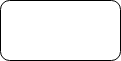
Above: RxJS_inner_outer_observable_concept.PNG in stsiwo/js_concept (draw.io), before the change. Source tidied: cells renumbered, new cells last; positions are measured from the earlier drawing's top-left corner, leaving out a move shared by most shapes.
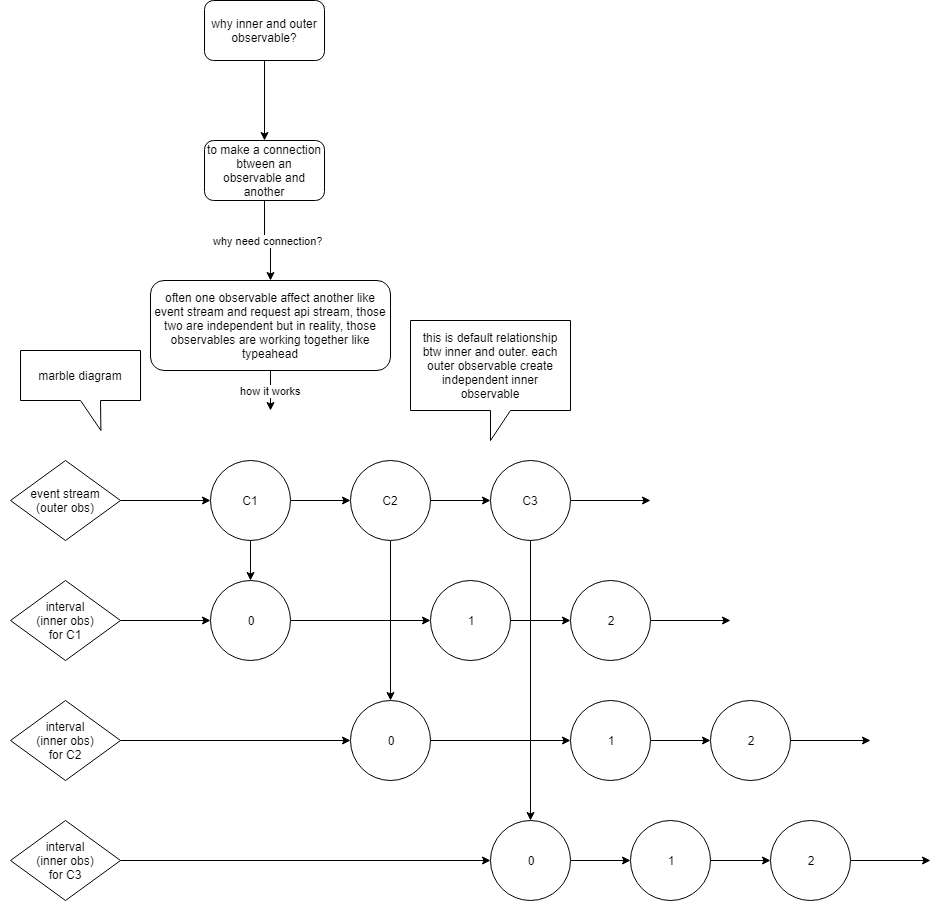
The same diagram one commit later.

What changed in the source:
```diff
@@ -2,8 +2,147 @@
   <root>
     <mxCell id="0" />
     <mxCell id="1" parent="0" />
+    <mxCell id="3" style="edgeStyle=orthogonalEdgeStyle;rounded=0;jettySize=auto;html=1;" parent="1" edge="1" source="2" target="5">
+      <mxGeometry relative="1" as="geometry" />
+    </mxCell>
-    <mxCell id="2" style="rounded=1;whiteSpace=wrap;html=1;" parent="1" vertex="1">
+    <mxCell id="2" value="why inner and outer observable?" style="rounded=1;whiteSpace=wrap;html=1;" parent="1" vertex="1">
       <mxGeometry width="120" height="60" as="geometry" />
     </mxCell>
+    <mxCell id="4" value="why need connection?" style="edgeStyle=orthogonalEdgeStyle;rounded=0;jettySize=auto;html=1;" parent="1" edge="1" source="5" target="7">
+      <mxGeometry relative="1" as="geometry" />
+    </mxCell>
+    <mxCell id="5" value="to make a connection btween an observable and another" style="rounded=1;whiteSpace=wrap;html=1;" parent="1" vertex="1">
+      <mxGeometry y="140" width="120" height="60" as="geometry" />
+    </mxCell>
+    <mxCell id="6" value="how it works" style="edgeStyle=orthogonalEdgeStyle;rounded=0;jettySize=auto;html=1;" parent="1" edge="1" source="7">
+      <mxGeometry relative="1" as="geometry">
+        <mxPoint x="66" y="410" as="targetPoint" />
+      </mxGeometry>
+    </mxCell>
+    <mxCell id="7" value="often one observable affect another like event stream and request api stream, those two are independent but in reality, those observables are working together like typeahead" style="rounded=1;whiteSpace=wrap;html=1;" parent="1" vertex="1">
+      <mxGeometry x="-54" y="280" width="240" height="90" as="geometry" />
+    </mxCell>
+    <mxCell id="8" style="edgeStyle=orthogonalEdgeStyle;rounded=0;jettySize=auto;html=1;" parent="1" edge="1" source="9" target="12">
+      <mxGeometry relative="1" as="geometry" />
+    </mxCell>
+    <mxCell id="9" value="event stream&lt;br&gt;(outer obs)&lt;br&gt;" style="rhombus;whiteSpace=wrap;html=1;" parent="1" vertex="1">
+      <mxGeometry x="-194" y="460" width="110" height="80" as="geometry" />
+    </mxCell>
+    <mxCell id="10" style="edgeStyle=orthogonalEdgeStyle;rounded=0;jettySize=auto;html=1;" parent="1" edge="1" source="12" target="15">
+      <mxGeometry relative="1" as="geometry" />
+    </mxCell>
+    <mxCell id="11" style="edgeStyle=orthogonalEdgeStyle;rounded=0;jettySize=auto;html=1;" parent="1" edge="1" source="12" target="23">
+      <mxGeometry relative="1" as="geometry" />
+    </mxCell>
+    <mxCell id="12" value="C1" style="ellipse;whiteSpace=wrap;html=1;" parent="1" vertex="1">
+      <mxGeometry x="6" y="460" width="80" height="80" as="geometry" />
+    </mxCell>
+    <mxCell id="13" style="edgeStyle=orthogonalEdgeStyle;rounded=0;jettySize=auto;html=1;" parent="1" edge="1" source="15" target="18">
+      <mxGeometry relative="1" as="geometry" />
+    </mxCell>
+    <mxCell id="14" style="edgeStyle=orthogonalEdgeStyle;rounded=0;jettySize=auto;html=1;" parent="1" edge="1" source="15" target="31">
+      <mxGeometry relative="1" as="geometry" />
+    </mxCell>
+    <mxCell id="15" value="C2" style="ellipse;whiteSpace=wrap;html=1;" parent="1" vertex="1">
+      <mxGeometry x="146" y="460" width="80" height="80" as="geometry" />
+    </mxCell>
+    <mxCell id="16" style="edgeStyle=orthogonalEdgeStyle;rounded=0;jettySize=auto;html=1;" parent="1" edge="1" source="18">
+      <mxGeometry relative="1" as="geometry">
+        <mxPoint x="446" y="500" as="targetPoint" />
+      </mxGeometry>
+    </mxCell>
+    <mxCell id="17" style="edgeStyle=orthogonalEdgeStyle;rounded=0;jettySize=auto;html=1;" parent="1" edge="1" source="18" target="39">
+      <mxGeometry relative="1" as="geometry" />
+    </mxCell>
+    <mxCell id="18" value="C3" style="ellipse;whiteSpace=wrap;html=1;" parent="1" vertex="1">
+      <mxGeometry x="286" y="460" width="80" height="80" as="geometry" />
+    </mxCell>
+    <mxCell id="19" value="marble diagram" style="shape=callout;whiteSpace=wrap;html=1;perimeter=calloutPerimeter;position2=0.67;" parent="1" vertex="1">
+      <mxGeometry x="-184" y="350" width="120" height="80" as="geometry" />
+    </mxCell>
+    <mxCell id="20" style="edgeStyle=orthogonalEdgeStyle;rounded=0;jettySize=auto;html=1;" parent="1" edge="1" source="21" target="23">
+      <mxGeometry relative="1" as="geometry" />
+    </mxCell>
+    <mxCell id="21" value="interval&lt;br&gt;(inner obs)&lt;br&gt;for C1&lt;br&gt;" style="rhombus;whiteSpace=wrap;html=1;" parent="1" vertex="1">
+      <mxGeometry x="-194" y="580" width="110" height="80" as="geometry" />
+    </mxCell>
+    <mxCell id="22" style="edgeStyle=orthogonalEdgeStyle;rounded=0;jettySize=auto;html=1;" parent="1" edge="1" source="23" target="25">
+      <mxGeometry relative="1" as="geometry" />
+    </mxCell>
+    <mxCell id="23" value="0" style="ellipse;whiteSpace=wrap;html=1;" parent="1" vertex="1">
+      <mxGeometry x="6" y="580" width="80" height="80" as="geometry" />
+    </mxCell>
+    <mxCell id="24" style="edgeStyle=orthogonalEdgeStyle;rounded=0;jettySize=auto;html=1;" parent="1" edge="1" source="25" target="27">
+      <mxGeometry relative="1" as="geometry" />
+    </mxCell>
+    <mxCell id="25" value="1" style="ellipse;whiteSpace=wrap;html=1;" parent="1" vertex="1">
+      <mxGeometry x="226" y="580" width="80" height="80" as="geometry" />
+    </mxCell>
+    <mxCell id="26" style="edgeStyle=orthogonalEdgeStyle;rounded=0;jettySize=auto;html=1;" parent="1" edge="1" source="27">
+      <mxGeometry relative="1" as="geometry">
+        <mxPoint x="526" y="620" as="targetPoint" />
+      </mxGeometry>
+    </mxCell>
+    <mxCell id="27" value="2" style="ellipse;whiteSpace=wrap;html=1;" parent="1" vertex="1">
+      <mxGeometry x="366" y="580" width="80" height="80" as="geometry" />
+    </mxCell>
+    <mxCell id="28" style="edgeStyle=orthogonalEdgeStyle;rounded=0;jettySize=auto;html=1;" parent="1" edge="1" source="29" target="31">
+      <mxGeometry relative="1" as="geometry" />
+    </mxCell>
+    <mxCell id="29" value="interval&lt;br&gt;(inner obs)&lt;br&gt;for C2&lt;br&gt;" style="rhombus;whiteSpace=wrap;html=1;" parent="1" vertex="1">
+      <mxGeometry x="-194" y="700" width="110" height="80" as="geometry" />
+    </mxCell>
+    <mxCell id="30" style="edgeStyle=orthogonalEdgeStyle;rounded=0;jettySize=auto;html=1;" parent="1" edge="1" source="31" target="33">
+      <mxGeometry relative="1" as="geometry" />
+    </mxCell>
+    <mxCell id="31" value="0" style="ellipse;whiteSpace=wrap;html=1;" parent="1" vertex="1">
+      <mxGeometry x="146" y="700" width="80" height="80" as="geometry" />
+    </mxCell>
+    <mxCell id="32" style="edgeStyle=orthogonalEdgeStyle;rounded=0;jettySize=auto;html=1;" parent="1" edge="1" source="33" target="35">
+      <mxGeometry relative="1" as="geometry" />
+    </mxCell>
+    <mxCell id="33" value="1" style="ellipse;whiteSpace=wrap;html=1;" parent="1" vertex="1">
+      <mxGeometry x="366" y="700" width="80" height="80" as="geometry" />
+    </mxCell>
+    <mxCell id="34" style="edgeStyle=orthogonalEdgeStyle;rounded=0;jettySize=auto;html=1;" parent="1" edge="1" source="35">
+      <mxGeometry relative="1" as="geometry">
+        <mxPoint x="666" y="740" as="targetPoint" />
+      </mxGeometry>
+    </mxCell>
+    <mxCell id="35" value="2" style="ellipse;whiteSpace=wrap;html=1;" parent="1" vertex="1">
+      <mxGeometry x="506" y="700" width="80" height="80" as="geometry" />
+    </mxCell>
+    <mxCell id="36" style="edgeStyle=orthogonalEdgeStyle;rounded=0;jettySize=auto;html=1;" parent="1" edge="1" source="37" target="39">
+      <mxGeometry relative="1" as="geometry" />
+    </mxCell>
+    <mxCell id="37" value="interval&lt;br&gt;(inner obs)&lt;br&gt;for C3&lt;br&gt;" style="rhombus;whiteSpace=wrap;html=1;" parent="1" vertex="1">
+      <mxGeometry x="-194" y="820" width="110" height="80" as="geometry" />
+    </mxCell>
+    <mxCell id="38" style="edgeStyle=orthogonalEdgeStyle;rounded=0;jettySize=auto;html=1;" parent="1" edge="1" source="39" target="41">
+      <mxGeometry relative="1" as="geometry" />
+    </mxCell>
+    <mxCell id="39" value="0" style="ellipse;whiteSpace=wrap;html=1;" parent="1" vertex="1">
+      <mxGeometry x="286" y="820" width="80" height="80" as="geometry" />
+    </mxCell>
+    <mxCell id="40" style="edgeStyle=orthogonalEdgeStyle;rounded=0;jettySize=auto;html=1;" parent="1" edge="1" source="41" target="43">
+      <mxGeometry relative="1" as="geometry" />
+    </mxCell>
+    <mxCell id="41" value="1" style="ellipse;whiteSpace=wrap;html=1;" parent="1" vertex="1">
+      <mxGeometry x="426" y="820" width="80" height="80" as="geometry" />
+    </mxCell>
+    <mxCell id="42" style="edgeStyle=orthogonalEdgeStyle;rounded=0;jettySize=auto;html=1;" parent="1" edge="1" source="43">
+      <mxGeometry relative="1" as="geometry">
+        <mxPoint x="726" y="860" as="targetPoint" />
+      </mxGeometry>
+    </mxCell>
+    <mxCell id="43" value="2" style="ellipse;whiteSpace=wrap;html=1;" parent="1" vertex="1">
+      <mxGeometry x="566" y="820" width="80" height="80" as="geometry" />
+    </mxCell>
+    <mxCell id="44" value="&amp;nbsp;&amp;nbsp;" style="text;html=1;align=left;verticalAlign=top;spacingTop=-4;" parent="1" vertex="1">
+      <mxGeometry x="-204" y="563" width="20" height="20" as="geometry" />
+    </mxCell>
+    <mxCell id="45" value="this is default relationship btw inner and outer. each outer observable create independent inner observable" style="shape=callout;whiteSpace=wrap;html=1;perimeter=calloutPerimeter;" parent="1" vertex="1">
+      <mxGeometry x="206" y="320" width="160" height="120" as="geometry" />
+    </mxCell>
   </root>
 </mxGraphModel>
```
